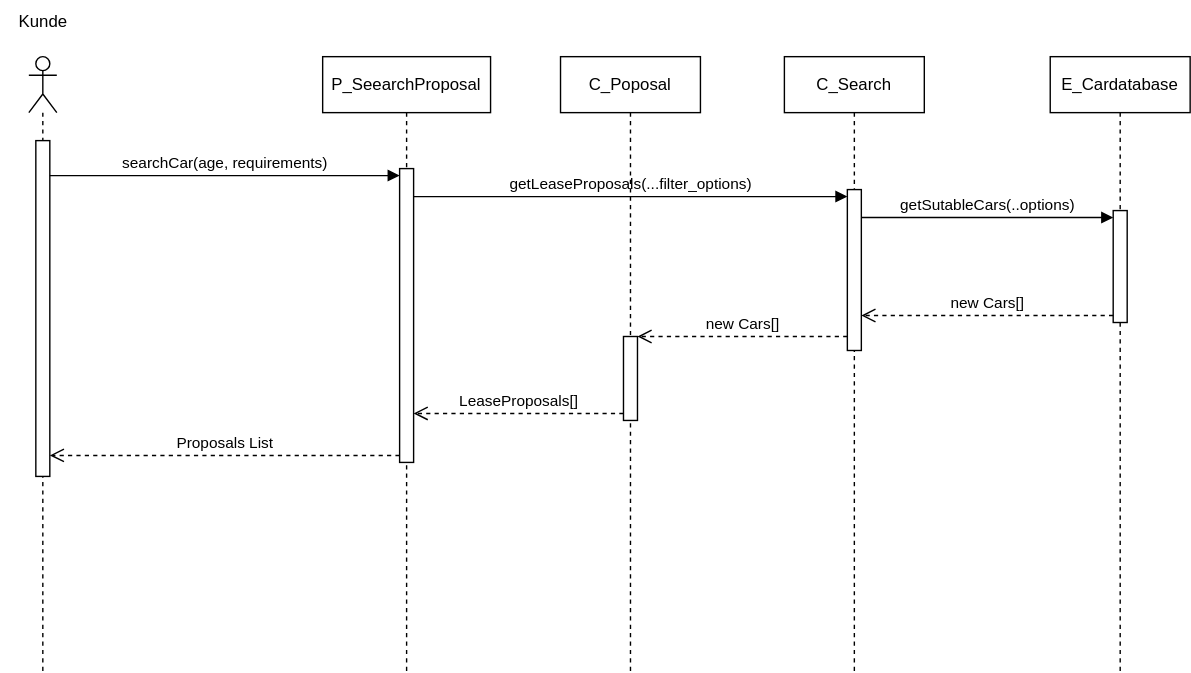
The draw.io diagram sw-eng-05.drawio.svg in MassimiIiano/software-eng-projects-uni, before a commit. Source tidied: cells renumbered, new cells last; positions are measured from the earlier drawing's top-left corner, leaving out a move shared by most shapes.
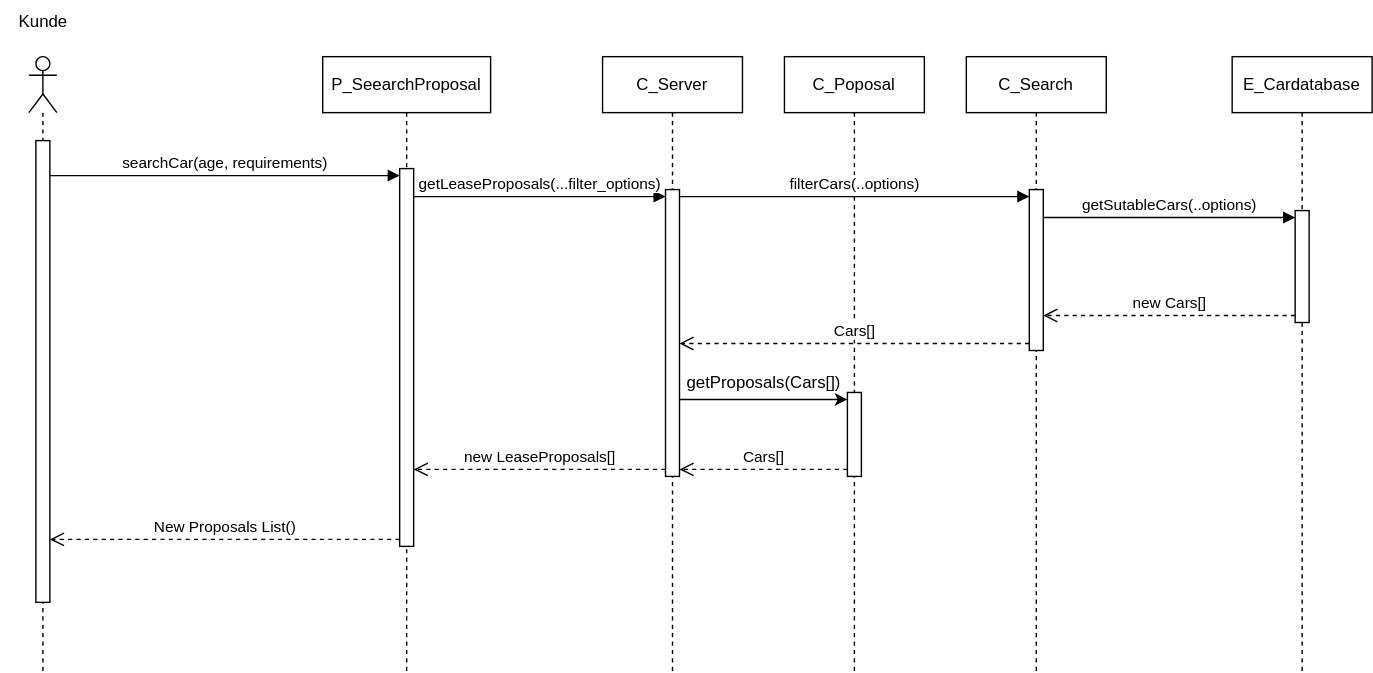
After the change.

The edit, as a diff of the source:
```diff
@@ -6,22 +6,22 @@
       <mxGeometry x="20" y="40" width="20" height="440" as="geometry" />
     </mxCell>
     <mxCell id="3" style="html=1;points=[[0,0,0,0,5],[0,1,0,0,-5],[1,0,0,0,5],[1,1,0,0,-5]];perimeter=orthogonalPerimeter;outlineConnect=0;targetShapes=umlLifeline;portConstraint=eastwest;newEdgeStyle={&quot;curved&quot;:0,&quot;rounded&quot;:0};" parent="2" vertex="1">
-      <mxGeometry x="5" y="60" width="10" height="240" as="geometry" />
+      <mxGeometry x="5" y="60" width="10" height="330" as="geometry" />
     </mxCell>
     <mxCell id="4" value="P_SeearchProposal" style="shape=umlLifeline;perimeter=lifelinePerimeter;whiteSpace=wrap;html=1;newEdgeStyle={&quot;curved&quot;:0,&quot;rounded&quot;:0};" parent="1" vertex="1">
       <mxGeometry x="230" y="40" width="120" height="440" as="geometry" />
     </mxCell>
     <mxCell id="5" style="html=1;points=[[0,0,0,0,5],[0,1,0,0,-5],[1,0,0,0,5],[1,1,0,0,-5]];perimeter=orthogonalPerimeter;outlineConnect=0;targetShapes=umlLifeline;portConstraint=eastwest;newEdgeStyle={&quot;curved&quot;:0,&quot;rounded&quot;:0};" parent="4" vertex="1">
-      <mxGeometry x="55" y="80" width="10" height="210" as="geometry" />
+      <mxGeometry x="55" y="80" width="10" height="270" as="geometry" />
     </mxCell>
     <mxCell id="6" value="C_Search" style="shape=umlLifeline;perimeter=lifelinePerimeter;whiteSpace=wrap;html=1;newEdgeStyle={&quot;curved&quot;:0,&quot;rounded&quot;:0};" parent="1" vertex="1">
-      <mxGeometry x="560" y="40" width="100" height="440" as="geometry" />
+      <mxGeometry x="690" y="40" width="100" height="440" as="geometry" />
     </mxCell>
     <mxCell id="7" style="html=1;points=[[0,0,0,0,5],[0,1,0,0,-5],[1,0,0,0,5],[1,1,0,0,-5]];perimeter=orthogonalPerimeter;outlineConnect=0;targetShapes=umlLifeline;portConstraint=eastwest;newEdgeStyle={&quot;curved&quot;:0,&quot;rounded&quot;:0};" parent="6" vertex="1">
       <mxGeometry x="45" y="95" width="10" height="115" as="geometry" />
     </mxCell>
     <mxCell id="8" value="E_Cardatabase" style="shape=umlLifeline;perimeter=lifelinePerimeter;whiteSpace=wrap;html=1;newEdgeStyle={&quot;curved&quot;:0,&quot;rounded&quot;:0};" parent="1" vertex="1">
-      <mxGeometry x="750" y="40" width="100" height="440" as="geometry" />
+      <mxGeometry x="880" y="40" width="100" height="440" as="geometry" />
     </mxCell>
     <mxCell id="9" style="html=1;points=[[0,0,0,0,5],[0,1,0,0,-5],[1,0,0,0,5],[1,1,0,0,-5]];perimeter=orthogonalPerimeter;outlineConnect=0;targetShapes=umlLifeline;portConstraint=eastwest;newEdgeStyle={&quot;curved&quot;:0,&quot;rounded&quot;:0};" parent="8" vertex="1">
       <mxGeometry x="45" y="110" width="10" height="80" as="geometry" />
@@ -29,10 +29,10 @@
     <mxCell id="10" value="searchCar(age, requirements)" style="html=1;verticalAlign=bottom;endArrow=block;curved=0;rounded=0;entryX=0;entryY=0;entryDx=0;entryDy=5;" parent="1" edge="1" source="3" target="5">
       <mxGeometry relative="1" as="geometry" />
     </mxCell>
-    <mxCell id="11" value="Proposals List" style="html=1;verticalAlign=bottom;endArrow=open;dashed=1;endSize=8;curved=0;rounded=0;exitX=0;exitY=1;exitDx=0;exitDy=-5;" parent="1" edge="1" source="5" target="3">
+    <mxCell id="11" value="New Proposals List()" style="html=1;verticalAlign=bottom;endArrow=open;dashed=1;endSize=8;curved=0;rounded=0;exitX=0;exitY=1;exitDx=0;exitDy=-5;" parent="1" edge="1" source="5" target="3">
       <mxGeometry relative="1" as="geometry" />
     </mxCell>
-    <mxCell id="12" value="getLeaseProposals(...filter_options)" style="html=1;verticalAlign=bottom;endArrow=block;curved=0;rounded=0;entryX=0;entryY=0;entryDx=0;entryDy=5;" parent="1" edge="1" source="5" target="7">
+    <mxCell id="12" value="getLeaseProposals(...filter_options)" style="html=1;verticalAlign=bottom;endArrow=block;curved=0;rounded=0;entryX=0;entryY=0;entryDx=0;entryDy=5;entryPerimeter=0;" parent="1" edge="1" source="5" target="21">
       <mxGeometry relative="1" as="geometry" />
     </mxCell>
     <mxCell id="13" value="getSutableCars(..options)" style="html=1;verticalAlign=bottom;endArrow=block;curved=0;rounded=0;entryX=0;entryY=0;entryDx=0;entryDy=5;" parent="1" edge="1" source="7" target="9">
@@ -45,16 +45,39 @@
       <mxGeometry width="60" height="30" as="geometry" />
     </mxCell>
     <mxCell id="16" value="C_Poposal" style="shape=umlLifeline;perimeter=lifelinePerimeter;whiteSpace=wrap;html=1;newEdgeStyle={&quot;curved&quot;:0,&quot;rounded&quot;:0};" parent="1" vertex="1">
-      <mxGeometry x="400" y="40" width="100" height="440" as="geometry" />
+      <mxGeometry x="560" y="40" width="100" height="440" as="geometry" />
     </mxCell>
     <mxCell id="17" style="html=1;points=[[0,0,0,0,5],[0,1,0,0,-5],[1,0,0,0,5],[1,1,0,0,-5]];perimeter=orthogonalPerimeter;outlineConnect=0;targetShapes=umlLifeline;portConstraint=eastwest;newEdgeStyle={&quot;curved&quot;:0,&quot;rounded&quot;:0};" parent="16" vertex="1">
-      <mxGeometry x="45" y="200" width="10" height="60" as="geometry" />
+      <mxGeometry x="45" y="240" width="10" height="60" as="geometry" />
     </mxCell>
-    <mxCell id="18" value="LeaseProposals[]" style="html=1;verticalAlign=bottom;endArrow=open;dashed=1;endSize=8;curved=0;rounded=0;exitX=0;exitY=1;exitDx=0;exitDy=-5;exitPerimeter=0;" parent="1" edge="1" source="17" target="5">
+    <mxCell id="18" value="new LeaseProposals[]" style="html=1;verticalAlign=bottom;endArrow=open;dashed=1;endSize=8;curved=0;rounded=0;exitX=0;exitY=1;exitDx=0;exitDy=-5;exitPerimeter=0;" parent="1" edge="1" source="21" target="5">
       <mxGeometry relative="1" as="geometry" />
     </mxCell>
-    <mxCell id="19" value="new Cars[]" style="html=1;verticalAlign=bottom;endArrow=open;dashed=1;endSize=8;curved=0;rounded=0;" parent="1" edge="1" source="7" target="17">
+    <mxCell id="19" value="Cars[]" style="html=1;verticalAlign=bottom;endArrow=open;dashed=1;endSize=8;curved=0;rounded=0;exitX=0;exitY=1;exitDx=0;exitDy=-5;exitPerimeter=0;" parent="1" edge="1" source="7" target="21">
       <mxGeometry relative="1" as="geometry" />
     </mxCell>
+    <mxCell id="20" value="C_Server" style="shape=umlLifeline;perimeter=lifelinePerimeter;whiteSpace=wrap;html=1;newEdgeStyle={&quot;curved&quot;:0,&quot;rounded&quot;:0};" parent="1" vertex="1">
+      <mxGeometry x="430" y="40" width="100" height="440" as="geometry" />
+    </mxCell>
+    <mxCell id="21" style="html=1;points=[[0,0,0,0,5],[0,1,0,0,-5],[1,0,0,0,5],[1,1,0,0,-5]];perimeter=orthogonalPerimeter;outlineConnect=0;targetShapes=umlLifeline;portConstraint=eastwest;newEdgeStyle={&quot;curved&quot;:0,&quot;rounded&quot;:0};" parent="20" vertex="1">
+      <mxGeometry x="45" y="95" width="10" height="205" as="geometry" />
+    </mxCell>
+    <mxCell id="22" value="filterCars(..options)" style="html=1;verticalAlign=bottom;endArrow=block;curved=0;rounded=0;entryX=0;entryY=0;entryDx=0;entryDy=5;exitX=1;exitY=0;exitDx=0;exitDy=5;exitPerimeter=0;entryPerimeter=0;" parent="1" edge="1" source="21" target="7">
+      <mxGeometry relative="1" as="geometry" />
+    </mxCell>
+    <mxCell id="23" style="edgeStyle=orthogonalEdgeStyle;rounded=0;jettySize=auto;html=1;curved=0;entryX=0;entryY=0;entryDx=0;entryDy=5;entryPerimeter=0;" parent="1" edge="1" source="21" target="17">
+      <mxGeometry relative="1" as="geometry">
+        <Array as="points">
+          <mxPoint x="520" y="285" />
+          <mxPoint x="520" y="285" />
+        </Array>
+      </mxGeometry>
+    </mxCell>
+    <mxCell id="24" value="getProposals(Cars[])" style="text;html=1;align=center;verticalAlign=middle;strokeColor=none;fillColor=none;" parent="1" vertex="1">
+      <mxGeometry x="480" y="258" width="130" height="30" as="geometry" />
+    </mxCell>
+    <mxCell id="25" value="Cars[]" style="html=1;verticalAlign=bottom;endArrow=open;dashed=1;endSize=8;curved=0;rounded=0;exitX=0;exitY=1;exitDx=0;exitDy=-5;exitPerimeter=0;entryX=1;entryY=1;entryDx=0;entryDy=-5;entryPerimeter=0;" parent="1" edge="1" source="17" target="21">
+      <mxGeometry relative="1" as="geometry" />
+    </mxCell>
   </root>
 </mxGraphModel>
```
